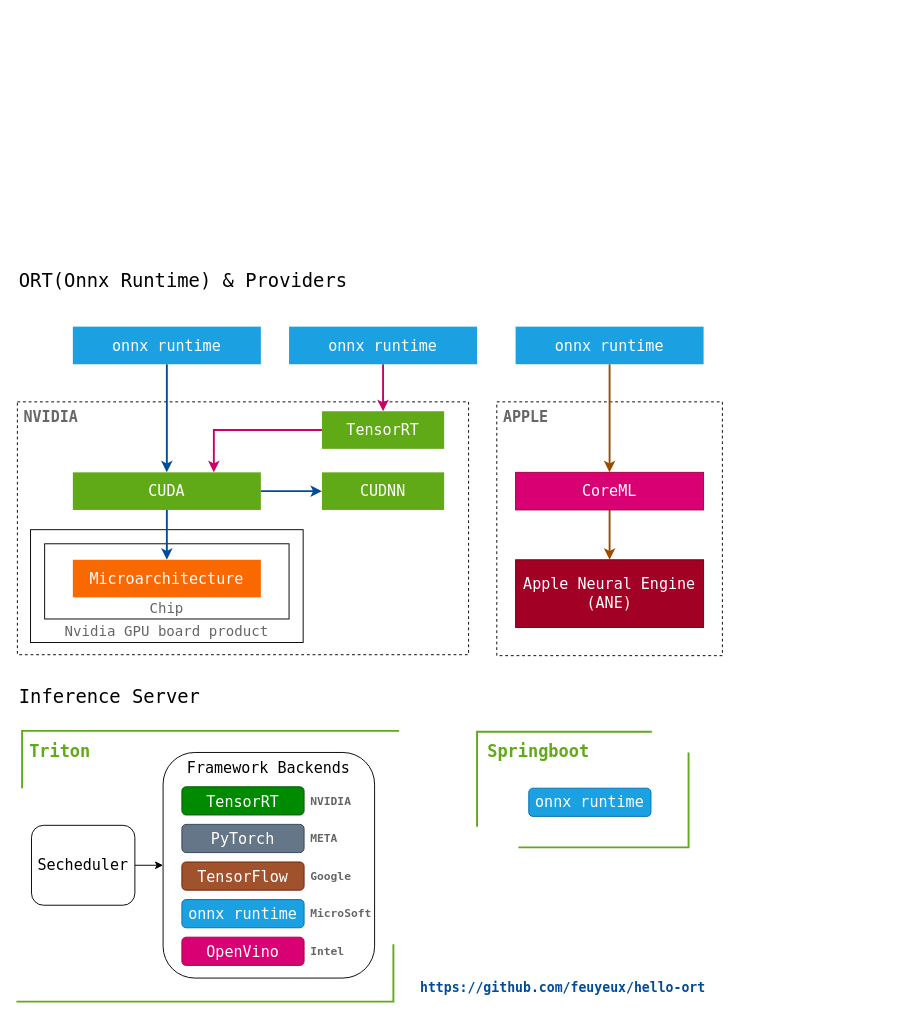
Earlier version of the draw.io diagram doc/onnx.drawio (feuyeux/hello-ort). Source tidied: cells renumbered, new cells numbered last; positions are measured from the earlier drawing's top-left corner, leaving out a move shared by most shapes. Both pictures are drawn from the tidied source at 94%, with x=0, y=0 at pixel (17, 260).
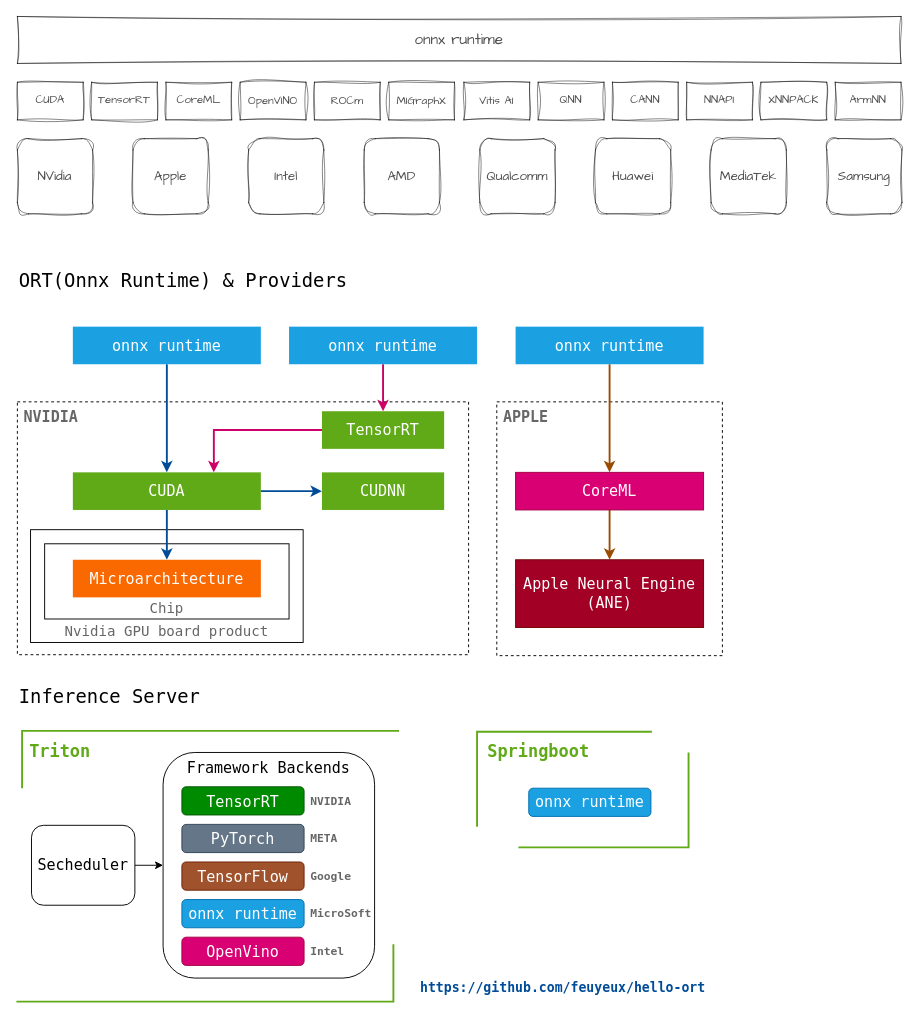
The same diagram, later.

The edit, as a diff of the source:
```diff
@@
+    <mxCell id="45" value="NVidia" style="rounded=1;whiteSpace=wrap;html=1;fontSize=14;fontFamily=Comic Sans MS;labelBackgroundColor=none;labelBorderColor=none;align=center;sketch=1;curveFitting=1;jiggle=2;fillColor=none;strokeWidth=0.5;fontColor=#4D4D4D;" parent="1" vertex="1">
+      <mxGeometry y="-130" width="80" height="80" as="geometry" />
+    </mxCell>
+    <mxCell id="46" value="Apple" style="rounded=1;whiteSpace=wrap;html=1;fontSize=14;fontFamily=Comic Sans MS;labelBackgroundColor=none;labelBorderColor=none;align=center;sketch=1;curveFitting=1;jiggle=2;fillColor=none;strokeWidth=0.5;fontColor=#4D4D4D;" parent="1" vertex="1">
+      <mxGeometry x="123" y="-130" width="80" height="80" as="geometry" />
+    </mxCell>
+    <mxCell id="47" value="AMD" style="rounded=1;whiteSpace=wrap;html=1;fontSize=14;fontFamily=Comic Sans MS;labelBackgroundColor=none;labelBorderColor=none;align=center;sketch=1;curveFitting=1;jiggle=2;fillColor=none;strokeWidth=0.5;fontColor=#4D4D4D;" parent="1" vertex="1">
+      <mxGeometry x="369" y="-130" width="80" height="80" as="geometry" />
+    </mxCell>
+    <mxCell id="48" value="Intel" style="rounded=1;whiteSpace=wrap;html=1;fontSize=14;fontFamily=Comic Sans MS;labelBackgroundColor=none;labelBorderColor=none;align=center;sketch=1;curveFitting=1;jiggle=2;fillColor=none;strokeWidth=0.5;fontColor=#4D4D4D;" parent="1" vertex="1">
+      <mxGeometry x="246" y="-130" width="80" height="80" as="geometry" />
+    </mxCell>
+    <mxCell id="49" value="&lt;span class=&quot;md-plain&quot; style=&quot;box-sizing: border-box; --tw-border-spacing-x: 0; --tw-border-spacing-y: 0; --tw-translate-x: 0; --tw-translate-y: 0; --tw-rotate: 0; --tw-skew-x: 0; --tw-skew-y: 0; --tw-scale-x: 1; --tw-scale-y: 1; --tw-pan-x: ; --tw-pan-y: ; --tw-pinch-zoom: ; --tw-scroll-snap-strictness: proximity; --tw-ordinal: ; --tw-slashed-zero: ; --tw-numeric-figure: ; --tw-numeric-spacing: ; --tw-numeric-fraction: ; --tw-ring-inset: ; --tw-ring-offset-width: 0px; --tw-ring-offset-color: #fff; --tw-ring-color: rgb(59 130 246 / .5); --tw-ring-offset-shadow: 0 0 #0000; --tw-ring-shadow: 0 0 #0000; --tw-shadow: 0 0 #0000; --tw-shadow-colored: 0 0 #0000; --tw-blur: ; --tw-brightness: ; --tw-contrast: ; --tw-grayscale: ; --tw-hue-rotate: ; --tw-invert: ; --tw-saturate: ; --tw-sepia: ; --tw-drop-shadow: ; --tw-backdrop-blur: ; --tw-backdrop-brightness: ; --tw-backdrop-contrast: ; --tw-backdrop-grayscale: ; --tw-backdrop-hue-rotate: ; --tw-backdrop-invert: ; --tw-backdrop-opacity: ; --tw-backdrop-saturate: ; --tw-backdrop-sepia: ; font-size: 14px;&quot;&gt;Qualcomm &lt;/span&gt;" style="rounded=1;whiteSpace=wrap;html=1;fontSize=14;fontFamily=Comic Sans MS;labelBackgroundColor=none;labelBorderColor=none;align=center;sketch=1;curveFitting=1;jiggle=2;fillColor=none;strokeWidth=0.5;fontColor=#4D4D4D;" parent="1" vertex="1">
+      <mxGeometry x="492" y="-130" width="80" height="80" as="geometry" />
+    </mxCell>
+    <mxCell id="50" value="&lt;div style=&quot;font-size: 12px; line-height: 22px; white-space: pre;&quot;&gt;OpenVINO&lt;/div&gt;" style="rounded=0;whiteSpace=wrap;html=1;fontSize=12;fontFamily=Comic Sans MS;labelBackgroundColor=none;labelBorderColor=none;sketch=1;curveFitting=1;jiggle=2;fillColor=none;strokeWidth=0.5;fontColor=#4D4D4D;" parent="1" vertex="1">
+      <mxGeometry x="237" y="-190" width="70" height="40" as="geometry" />
+    </mxCell>
+    <mxCell id="51" value="onnx runtime" style="rounded=0;whiteSpace=wrap;html=1;hachureGap=4;fontFamily=Comic Sans MS;fontSize=16;sketch=1;curveFitting=1;jiggle=2;labelBackgroundColor=none;fillColor=none;strokeWidth=0.5;fontStyle=0;fontColor=#4D4D4D;" parent="1" vertex="1">
+      <mxGeometry y="-260" width="940" height="50" as="geometry" />
+    </mxCell>
+    <mxCell id="52" value="&lt;span style=&quot;white-space-collapse: preserve; font-size: 14px;&quot;&gt;Samsung&lt;/span&gt;" style="rounded=1;whiteSpace=wrap;html=1;fontSize=14;fontFamily=Comic Sans MS;labelBackgroundColor=none;labelBorderColor=none;align=center;sketch=1;curveFitting=1;jiggle=2;fillColor=none;strokeWidth=0.5;fontColor=#4D4D4D;" parent="1" vertex="1">
+      <mxGeometry x="861" y="-130" width="80" height="80" as="geometry" />
+    </mxCell>
+    <mxCell id="53" value="&lt;span style=&quot;white-space-collapse: preserve; font-size: 14px;&quot;&gt;Huawei&lt;/span&gt;" style="rounded=1;whiteSpace=wrap;html=1;fontSize=14;fontFamily=Comic Sans MS;labelBackgroundColor=none;labelBorderColor=none;align=center;sketch=1;curveFitting=1;jiggle=2;fillColor=none;strokeWidth=0.5;fontColor=#4D4D4D;" parent="1" vertex="1">
+      <mxGeometry x="615" y="-130" width="80" height="80" as="geometry" />
+    </mxCell>
+    <mxCell id="54" value="&lt;h1 style=&quot;font-weight: normal; margin: 0px; padding: 0px; overflow: hidden; border: 0px; font-size: 14px; line-height: 1.375; overflow-wrap: break-word; flex-grow: 1;&quot; id=&quot;firstHeading&quot; class=&quot;firstHeading mw-first-heading&quot;&gt;&lt;span class=&quot;mw-page-title-main&quot; style=&quot;font-size: 14px;&quot;&gt;MediaTek&lt;/span&gt;&lt;/h1&gt;" style="rounded=1;whiteSpace=wrap;html=1;fontSize=14;fontFamily=Comic Sans MS;labelBackgroundColor=none;labelBorderColor=none;align=center;sketch=1;curveFitting=1;jiggle=2;fillColor=none;strokeWidth=0.5;fontColor=#4D4D4D;" parent="1" vertex="1">
+      <mxGeometry x="738" y="-130" width="80" height="80" as="geometry" />
+    </mxCell>
+    <mxCell id="55" value="CANN" style="rounded=0;whiteSpace=wrap;html=1;fontSize=12;fontFamily=Comic Sans MS;labelBackgroundColor=none;labelBorderColor=none;sketch=1;curveFitting=1;jiggle=2;fillColor=none;strokeWidth=0.5;fontColor=#4D4D4D;" parent="1" vertex="1">
+      <mxGeometry x="633" y="-190" width="70" height="40" as="geometry" />
+    </mxCell>
+    <mxCell id="56" value="CoreML" style="rounded=0;whiteSpace=wrap;html=1;hachureGap=4;fontFamily=Comic Sans MS;verticalAlign=middle;fontSize=12;labelBackgroundColor=none;labelBorderColor=none;sketch=1;curveFitting=1;jiggle=2;fillColor=none;strokeWidth=0.5;fontColor=#4D4D4D;" parent="1" vertex="1">
+      <mxGeometry x="158" y="-190" width="70" height="40" as="geometry" />
+    </mxCell>
+    <mxCell id="57" value="CUDA" style="rounded=0;whiteSpace=wrap;html=1;hachureGap=4;fontFamily=Comic Sans MS;verticalAlign=middle;fontSize=12;labelBackgroundColor=none;labelBorderColor=none;sketch=1;curveFitting=1;jiggle=2;fillColor=none;strokeWidth=0.5;fontColor=#4D4D4D;" parent="1" vertex="1">
+      <mxGeometry y="-190" width="70" height="40" as="geometry" />
+    </mxCell>
+    <mxCell id="58" value="TensorRT" style="rounded=0;whiteSpace=wrap;html=1;hachureGap=4;fontFamily=Comic Sans MS;verticalAlign=middle;fontSize=12;labelBackgroundColor=none;labelBorderColor=none;sketch=1;curveFitting=1;jiggle=2;fillColor=none;strokeWidth=0.5;fontColor=#4D4D4D;" parent="1" vertex="1">
+      <mxGeometry x="79" y="-190" width="70" height="40" as="geometry" />
+    </mxCell>
+    <mxCell id="59" value="&lt;div style=&quot;color: rgb(204, 204, 204); background-color: rgb(31, 31, 31); font-family: Consolas, &amp;quot;Courier New&amp;quot;, monospace; font-size: 16px; line-height: 22px; white-space-collapse: preserve;&quot;&gt;&lt;br&gt;&lt;/div&gt;" style="text;html=1;align=center;verticalAlign=middle;strokeColor=none;fillColor=none;" parent="1" vertex="1">
+      <mxGeometry x="830" y="283" width="20" height="40" as="geometry" />
+    </mxCell>
+    <mxCell id="60" value="&lt;div style=&quot;color: rgb(204, 204, 204); background-color: rgb(31, 31, 31); font-family: Consolas, &amp;quot;Courier New&amp;quot;, monospace; font-size: 16px; line-height: 22px; white-space-collapse: preserve;&quot;&gt;&lt;br&gt;&lt;/div&gt;" style="text;html=1;align=center;verticalAlign=middle;strokeColor=none;fillColor=none;" parent="1" vertex="1">
+      <mxGeometry x="850" y="358" width="20" height="40" as="geometry" />
+    </mxCell>
+    <mxCell id="61" value="&lt;div style=&quot;color: rgb(204, 204, 204); background-color: rgb(31, 31, 31); font-family: Consolas, &amp;quot;Courier New&amp;quot;, monospace; font-size: 16px; line-height: 22px; white-space-collapse: preserve;&quot;&gt;&lt;br&gt;&lt;/div&gt;" style="text;html=1;align=center;verticalAlign=middle;strokeColor=none;fillColor=none;" parent="1" vertex="1">
+      <mxGeometry x="830" y="441" width="20" height="40" as="geometry" />
+    </mxCell>
+    <mxCell id="62" value="&lt;span style=&quot;white-space: pre; font-size: 12px;&quot;&gt;XNNPACK&lt;/span&gt;" style="rounded=0;whiteSpace=wrap;html=1;hachureGap=4;fontFamily=Comic Sans MS;verticalAlign=middle;fontSize=12;labelBackgroundColor=none;labelBorderColor=none;sketch=1;curveFitting=1;jiggle=2;fillColor=none;strokeWidth=0.5;fontColor=#4D4D4D;" parent="1" vertex="1">
+      <mxGeometry x="791" y="-190" width="70" height="40" as="geometry" />
+    </mxCell>
+    <mxCell id="63" value="&lt;span style=&quot;white-space: pre; font-size: 12px;&quot;&gt;QNN&lt;/span&gt;" style="rounded=0;whiteSpace=wrap;html=1;hachureGap=4;fontFamily=Comic Sans MS;verticalAlign=middle;fontSize=12;labelBackgroundColor=none;labelBorderColor=none;sketch=1;curveFitting=1;jiggle=2;fillColor=none;strokeWidth=0.5;fontColor=#4D4D4D;" parent="1" vertex="1">
+      <mxGeometry x="554" y="-190" width="70" height="40" as="geometry" />
+    </mxCell>
+    <mxCell id="64" value="&lt;span style=&quot;white-space: pre; font-size: 12px;&quot;&gt;NNAPI&lt;/span&gt;" style="rounded=0;whiteSpace=wrap;html=1;hachureGap=4;fontFamily=Comic Sans MS;verticalAlign=middle;fontSize=12;labelBackgroundColor=none;labelBorderColor=none;sketch=1;curveFitting=1;jiggle=2;fillColor=none;strokeWidth=0.5;fontColor=#4D4D4D;" parent="1" vertex="1">
+      <mxGeometry x="712" y="-190" width="70" height="40" as="geometry" />
+    </mxCell>
+    <mxCell id="65" value="&lt;span style=&quot;white-space: pre; font-size: 12px;&quot;&gt;ArmNN&lt;/span&gt;" style="rounded=0;whiteSpace=wrap;html=1;hachureGap=4;fontFamily=Comic Sans MS;verticalAlign=middle;fontSize=12;labelBackgroundColor=none;labelBorderColor=none;sketch=1;curveFitting=1;jiggle=2;fillColor=none;strokeWidth=0.5;fontColor=#4D4D4D;" parent="1" vertex="1">
+      <mxGeometry x="870" y="-190" width="70" height="40" as="geometry" />
+    </mxCell>
+    <mxCell id="66" value="&lt;div style=&quot;font-size: 12px; line-height: 22px; white-space: pre;&quot;&gt;&lt;div style=&quot;font-size: 12px; line-height: 22px;&quot;&gt;ROCm&lt;/div&gt;&lt;/div&gt;" style="rounded=0;whiteSpace=wrap;html=1;fontSize=12;fontFamily=Comic Sans MS;labelBackgroundColor=none;labelBorderColor=none;sketch=1;curveFitting=1;jiggle=2;fillColor=none;strokeWidth=0.5;fontColor=#4D4D4D;" parent="1" vertex="1">
+      <mxGeometry x="316" y="-190" width="70" height="40" as="geometry" />
+    </mxCell>
+    <mxCell id="67" value="&lt;div style=&quot;font-size: 12px; line-height: 22px; white-space: pre;&quot;&gt;&lt;div style=&quot;font-size: 12px; line-height: 22px;&quot;&gt;MIGraphX&lt;/div&gt;&lt;/div&gt;" style="rounded=0;whiteSpace=wrap;html=1;fontSize=12;fontFamily=Comic Sans MS;labelBackgroundColor=none;labelBorderColor=none;sketch=1;curveFitting=1;jiggle=2;fillColor=none;strokeWidth=0.5;fontColor=#4D4D4D;" parent="1" vertex="1">
+      <mxGeometry x="395" y="-190" width="70" height="40" as="geometry" />
+    </mxCell>
+    <mxCell id="68" value="&lt;div style=&quot;font-size: 12px; line-height: 22px; white-space: pre;&quot;&gt;&lt;div style=&quot;font-size: 12px; line-height: 22px;&quot;&gt;Vitis AI&lt;/div&gt;&lt;/div&gt;" style="rounded=0;whiteSpace=wrap;html=1;fontSize=12;fontFamily=Comic Sans MS;labelBackgroundColor=none;labelBorderColor=none;sketch=1;curveFitting=1;jiggle=2;fillColor=none;strokeWidth=0.5;fontColor=#4D4D4D;" parent="1" vertex="1">
+      <mxGeometry x="475" y="-190" width="70" height="40" as="geometry" />
+    </mxCell>
```
